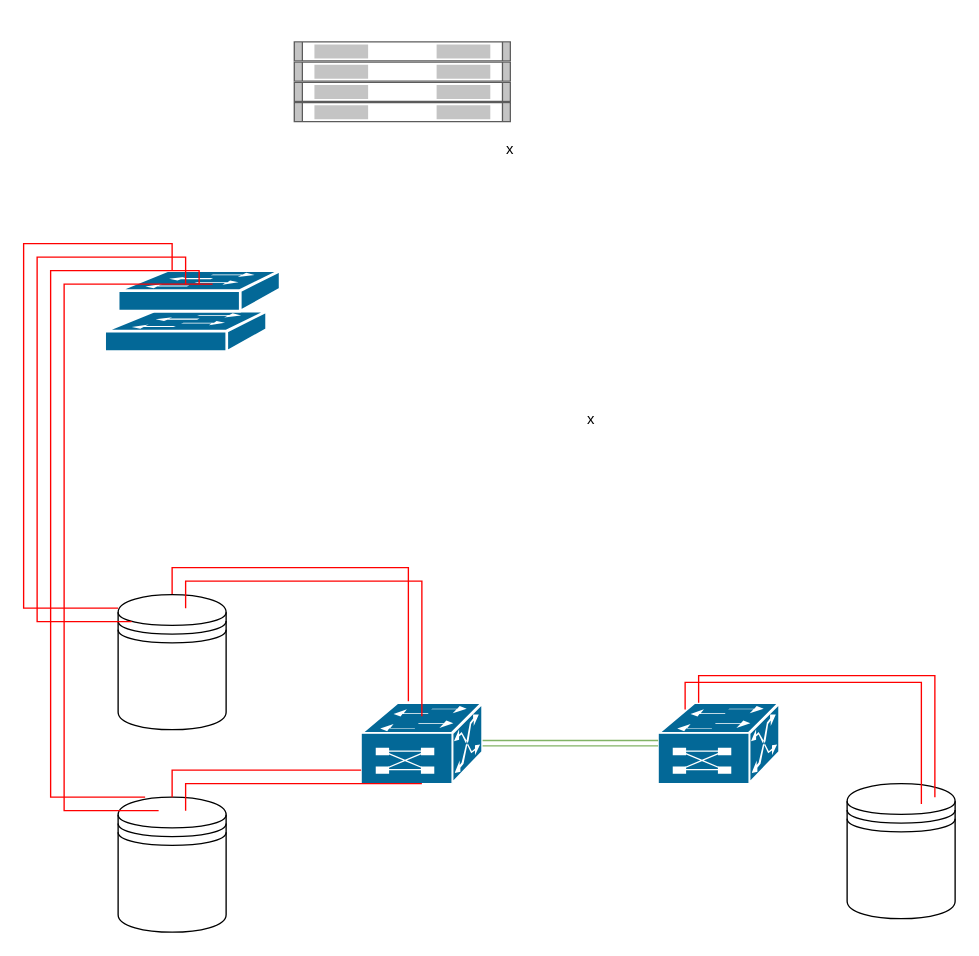
Above: UFI.drawio in mazmarz/visigoth (draw.io), before the change. Source tidied: cells renumbered, new cells numbered last; positions are measured from the earlier drawing's top-left corner, leaving out a move shared by most shapes. Both pictures are drawn from the tidied source at 135%, with x=0, y=0 at pixel (23, 40).
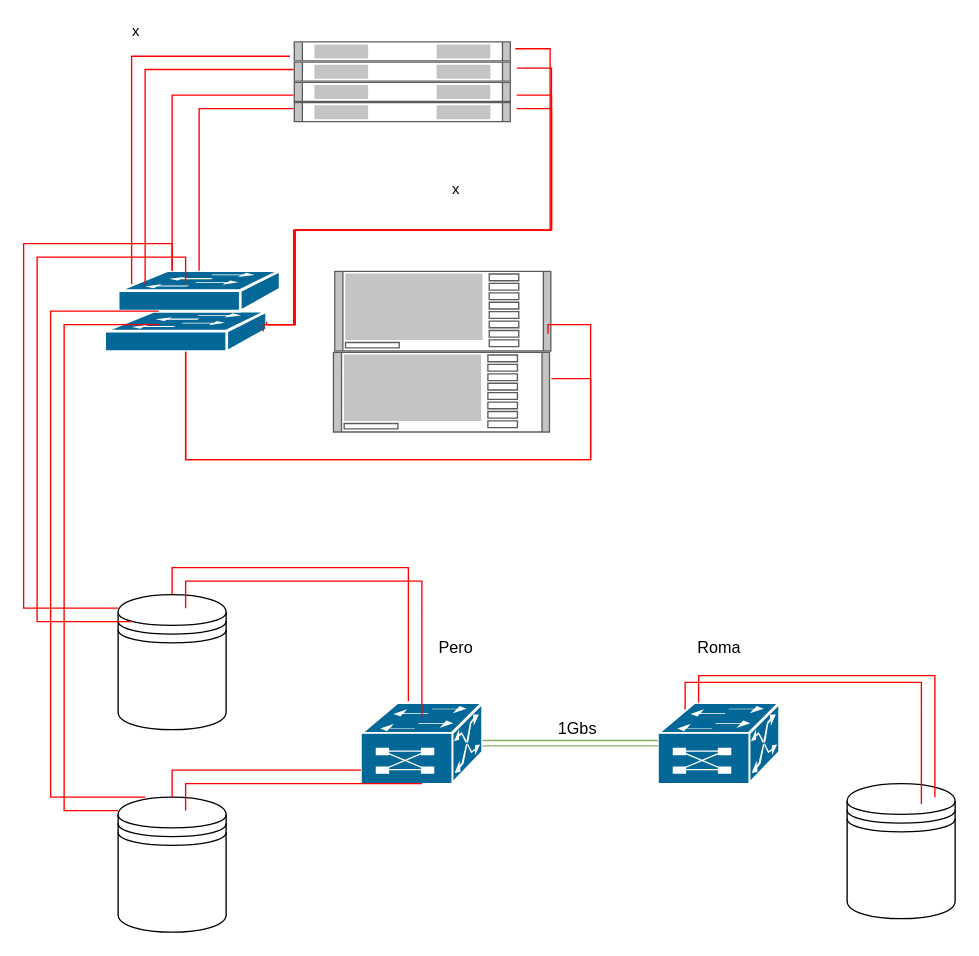
The same page after the edit.

Unchanged cells that the change refers to:
```xml
<mxCell id="3" style="shape=datastore;whiteSpace=wrap;html=1;" parent="1" vertex="1">
  <mxGeometry x="70" y="560" width="80" height="100" as="geometry" />
</mxCell>
<mxCell id="6" style="shape=mxgraph.rack.ibm.ibm_1754_local_console_manager;html=1;labelPosition=right;align=left;spacingLeft=15;dashed=0;shadow=0;fillColor=#ffffff;" parent="1" vertex="1">
  <mxGeometry x="200" width="161" height="15" as="geometry" />
</mxCell>
<mxCell id="10" style="shape=mxgraph.cisco.switches.workgroup_switch;html=1;dashed=0;fillColor=#036897;strokeColor=#ffffff;strokeWidth=2;verticalLabelPosition=bottom;verticalAlign=top;align=center;outlineConnect=0;" parent="1" vertex="1">
  <mxGeometry x="60" y="200" width="120" height="30" as="geometry" />
</mxCell>
```

What changed in the source:
```diff
@@
     <mxCell id="17" value="x" style="edgeStyle=orthogonalEdgeStyle;rounded=0;orthogonalLoop=1;jettySize=auto;html=1;fillColor=#d80073;strokeColor=#FF0000;startArrow=none;startFill=0;endArrow=none;endFill=0;" parent="1" edge="1">
       <mxGeometry x="-1" y="-307" relative="1" as="geometry">
-        <mxPoint x="130" y="180" as="sourcePoint" />
+        <mxPoint x="100" y="200" as="sourcePoint" />
         <mxPoint x="90" y="560" as="targetPoint" />
         <Array as="points">
-          <mxPoint x="130" y="170" />
-          <mxPoint x="20" y="170" />
+          <mxPoint x="20" y="200" />
           <mxPoint x="20" y="560" />
-          <mxPoint x="90" y="560" />
         </Array>
         <mxPoint x="-17" y="100" as="offset" />
       </mxGeometry>
     </mxCell>
-    <mxCell id="18" value="x" style="edgeStyle=orthogonalEdgeStyle;rounded=0;orthogonalLoop=1;jettySize=auto;html=1;fillColor=#d80073;strokeColor=#FF0000;startArrow=none;startFill=0;endArrow=none;endFill=0;" parent="1" edge="1">
+    <mxCell id="18" value="x" style="edgeStyle=orthogonalEdgeStyle;rounded=0;jettySize=auto;html=1;fillColor=#d80073;strokeColor=#FF0000;startArrow=none;startFill=0;endArrow=none;endFill=0;" parent="1" edge="1" target="3">
       <mxGeometry x="-1" y="-242" relative="1" as="geometry">
-        <mxPoint x="140" y="180" as="sourcePoint" />
-        <mxPoint x="100" y="570" as="targetPoint" />
+        <mxPoint x="100" y="210" as="sourcePoint" />
         <Array as="points">
-          <mxPoint x="140" y="180" />
-          <mxPoint x="30" y="180" />
+          <mxPoint x="30" y="210" />
           <mxPoint x="30" y="570" />
-          <mxPoint x="100" y="570" />
         </Array>
         <mxPoint x="220" y="142" as="offset" />
       </mxGeometry>
     </mxCell>
@@
+    <mxCell id="24" value="1Gbs" style="text;html=1;align=center;verticalAlign=middle;fillColor=none;strokeColor=none;rounded=0;" parent="1" vertex="1">
+      <mxGeometry x="390" y="500" width="40" height="20" as="geometry" />
+    </mxCell>
+    <mxCell id="25" value="Roma" style="text;html=1;align=center;verticalAlign=middle;fillColor=none;strokeColor=none;rounded=0;" parent="1" vertex="1">
+      <mxGeometry x="490" y="440" width="50" height="20" as="geometry" />
+    </mxCell>
+    <mxCell id="26" value="Pero" style="text;html=1;align=center;verticalAlign=middle;fillColor=none;strokeColor=none;rounded=0;" parent="1" vertex="1">
+      <mxGeometry x="300" y="440" width="40" height="20" as="geometry" />
+    </mxCell>
+    <mxCell id="27" style="edgeStyle=orthogonalEdgeStyle;rounded=0;jettySize=auto;html=1;fillColor=#d80073;strokeColor=#FF0000;startArrow=none;startFill=0;endArrow=none;endFill=0;exitX=-0.017;exitY=0.743;exitDx=0;exitDy=0;exitPerimeter=0;" parent="1" edge="1" source="6">
+      <mxGeometry relative="1" as="geometry">
+        <mxPoint x="80" y="180" as="targetPoint" />
+        <Array as="points">
+          <mxPoint x="80" y="11" />
+        </Array>
+      </mxGeometry>
+    </mxCell>
+    <mxCell id="28" style="edgeStyle=orthogonalEdgeStyle;rounded=0;orthogonalLoop=1;jettySize=auto;html=1;fillColor=#d80073;strokeColor=#FF0000;startArrow=none;startFill=0;endArrow=none;endFill=0;" parent="1" edge="1">
+      <mxGeometry relative="1" as="geometry">
+        <mxPoint x="200" y="21" as="sourcePoint" />
+        <mxPoint x="90" y="180" as="targetPoint" />
+        <Array as="points">
+          <mxPoint x="90" y="21" />
+        </Array>
+      </mxGeometry>
+    </mxCell>
+    <mxCell id="29" style="edgeStyle=orthogonalEdgeStyle;rounded=0;orthogonalLoop=1;jettySize=auto;html=1;fillColor=#d80073;strokeColor=#FF0000;startArrow=none;startFill=0;endArrow=none;endFill=0;" parent="1" edge="1">
+      <mxGeometry relative="1" as="geometry">
+        <mxPoint x="200" y="40" as="sourcePoint" />
+        <mxPoint x="110" y="170" as="targetPoint" />
+        <Array as="points">
+          <mxPoint x="110" y="40" />
+        </Array>
+      </mxGeometry>
+    </mxCell>
+    <mxCell id="30" style="edgeStyle=orthogonalEdgeStyle;rounded=0;orthogonalLoop=1;jettySize=auto;html=1;fillColor=#d80073;strokeColor=#FF0000;startArrow=none;startFill=0;endArrow=none;endFill=0;" parent="1" edge="1">
+      <mxGeometry relative="1" as="geometry">
+        <mxPoint x="200" y="50" as="sourcePoint" />
+        <mxPoint x="130" y="170" as="targetPoint" />
+        <Array as="points">
+          <mxPoint x="130" y="50" />
+          <mxPoint x="130" y="170" />
+        </Array>
+      </mxGeometry>
+    </mxCell>
+    <mxCell id="31" style="shape=mxgraph.rack.ibm.ibm_x3850_x5;html=1;labelPosition=right;align=left;spacingLeft=15;dashed=0;shadow=0;fillColor=#ffffff;" parent="1" vertex="1">
+      <mxGeometry x="230" y="170" width="161" height="60" as="geometry" />
+    </mxCell>
+    <mxCell id="32" style="shape=mxgraph.rack.ibm.ibm_x3850_x5;html=1;labelPosition=right;align=left;spacingLeft=15;dashed=0;shadow=0;fillColor=#ffffff;" parent="1" vertex="1">
+      <mxGeometry x="229" y="230" width="161" height="60" as="geometry" />
+    </mxCell>
+    <mxCell id="33" style="edgeStyle=orthogonalEdgeStyle;rounded=0;jettySize=auto;html=1;fillColor=#d80073;strokeColor=#FF0000;startArrow=none;startFill=0;endArrow=none;endFill=0;exitX=1.02;exitY=0.375;exitDx=0;exitDy=0;exitPerimeter=0;" parent="1" edge="1" source="6">
+      <mxGeometry relative="1" as="geometry">
+        <mxPoint x="180" y="208" as="targetPoint" />
+        <Array as="points">
+          <mxPoint x="390" y="6" />
+          <mxPoint x="390" y="140" />
+          <mxPoint x="200" y="140" />
+          <mxPoint x="200" y="210" />
+          <mxPoint x="180" y="210" />
+        </Array>
+      </mxGeometry>
+    </mxCell>
+    <mxCell id="34" style="edgeStyle=orthogonalEdgeStyle;rounded=0;orthogonalLoop=1;jettySize=auto;html=1;fillColor=#d80073;strokeColor=#FF0000;startArrow=none;startFill=0;endArrow=none;endFill=0;exitX=1.02;exitY=0.375;exitDx=0;exitDy=0;exitPerimeter=0;" parent="1" edge="1">
+      <mxGeometry relative="1" as="geometry">
+        <mxPoint x="365.2" y="20" as="sourcePoint" />
+        <mxPoint x="181" y="210" as="targetPoint" />
+        <Array as="points">
+          <mxPoint x="391" y="20" />
+          <mxPoint x="391" y="140" />
+          <mxPoint x="201" y="140" />
+          <mxPoint x="201" y="210" />
+        </Array>
+      </mxGeometry>
+    </mxCell>
+    <mxCell id="35" style="edgeStyle=orthogonalEdgeStyle;rounded=0;jettySize=auto;html=1;fillColor=#d80073;strokeColor=#FF0000;startArrow=none;startFill=0;endArrow=none;endFill=0;exitX=1.02;exitY=0.375;exitDx=0;exitDy=0;exitPerimeter=0;entryX=0.98;entryY=0.5;entryDx=0;entryDy=0;entryPerimeter=0;" parent="1" edge="1" target="10">
+      <mxGeometry relative="1" as="geometry">
+        <mxPoint x="365.2" y="40" as="sourcePoint" />
+        <Array as="points">
+          <mxPoint x="391" y="40" />
+          <mxPoint x="391" y="140" />
+          <mxPoint x="201" y="140" />
+          <mxPoint x="201" y="210" />
+          <mxPoint x="178" y="210" />
+        </Array>
+      </mxGeometry>
+    </mxCell>
+    <mxCell id="36" style="edgeStyle=orthogonalEdgeStyle;rounded=0;jettySize=auto;html=1;fillColor=#d80073;strokeColor=#FF0000;startArrow=none;startFill=0;endArrow=none;endFill=0;exitX=1.02;exitY=0.375;exitDx=0;exitDy=0;exitPerimeter=0;" parent="1" edge="1" target="10">
+      <mxGeometry relative="1" as="geometry">
+        <mxPoint x="365.2" y="50" as="sourcePoint" />
+        <Array as="points">
+          <mxPoint x="391" y="50" />
+          <mxPoint x="391" y="140" />
+          <mxPoint x="201" y="140" />
+          <mxPoint x="201" y="210" />
+        </Array>
+      </mxGeometry>
+    </mxCell>
+    <mxCell id="37" style="edgeStyle=orthogonalEdgeStyle;rounded=0;jettySize=auto;html=1;fillColor=#d80073;strokeColor=#FF0000;startArrow=none;startFill=0;endArrow=none;endFill=0;" parent="1" edge="1" target="10">
+      <mxGeometry relative="1" as="geometry">
+        <mxPoint x="391" y="250" as="sourcePoint" />
+        <Array as="points">
+          <mxPoint x="391" y="250" />
+          <mxPoint x="420" y="250" />
+          <mxPoint x="420" y="310" />
+          <mxPoint x="120" y="310" />
+        </Array>
+      </mxGeometry>
+    </mxCell>
+    <mxCell id="38" style="edgeStyle=orthogonalEdgeStyle;rounded=0;jettySize=auto;html=1;fillColor=#d80073;strokeColor=#FF0000;startArrow=none;startFill=0;endArrow=none;endFill=0;exitX=0.984;exitY=0.778;exitDx=0;exitDy=0;exitPerimeter=0;" parent="1" edge="1" source="31">
+      <mxGeometry relative="1" as="geometry">
+        <mxPoint x="120" y="230" as="targetPoint" />
+        <Array as="points">
+          <mxPoint x="388" y="210" />
+          <mxPoint x="420" y="210" />
+          <mxPoint x="420" y="310" />
+          <mxPoint x="120" y="310" />
+        </Array>
+      </mxGeometry>
+    </mxCell>
```
